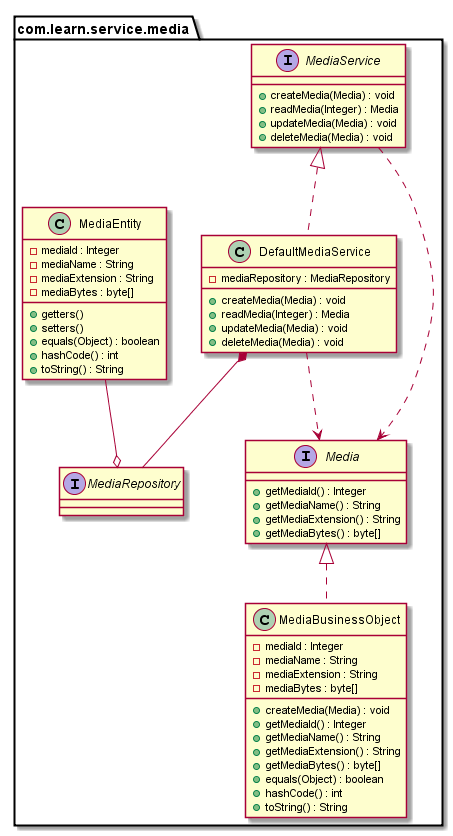
gabrianoo/prepare-your-self keeps this PlantUML diagram as src/main/resources/pic/MediaServiceClassDiagram.png. Above is the earlier version.
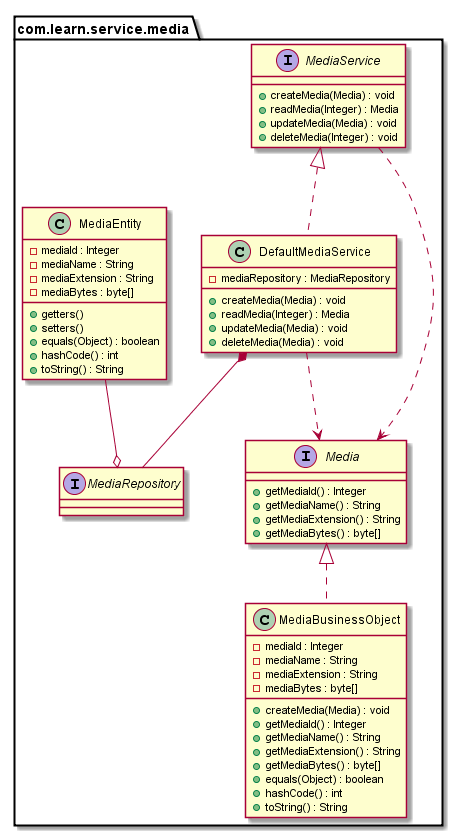
The same diagram one commit later.

Commit message:
Modified the UserServiceClassDiagram and the MediaServiceClassDiagram images.

Change to the diagram source:
```diff
@@ -12,7 +12,7 @@
         + createMedia(Media) : void
         + readMedia(Integer) : Media
         + updateMedia(Media) : void
-        + deleteMedia(Media) : void
+        + deleteMedia(Integer) : void
     }
     MediaService <|.. DefaultMediaService
     MediaService ..> Media
```
